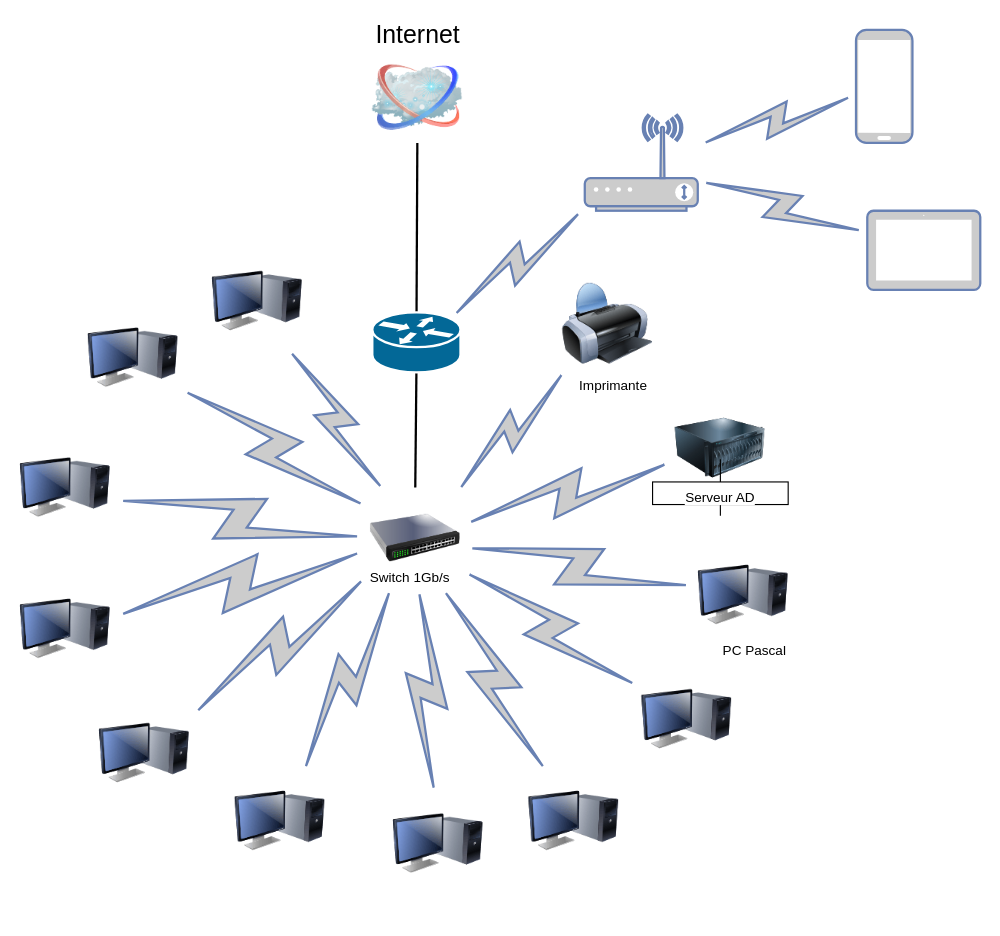
The draw.io diagram Diagramme sans nom.drawio in Emusimbwa/Etsha-Musimbwa, before the edit. Source tidied: cells renumbered, new cells numbered last; positions are measured from the earlier drawing's top-left corner, leaving out a move shared by most shapes. Both pictures are drawn from the tidied source at 113%, with x=0, y=0 at pixel (19, 29).
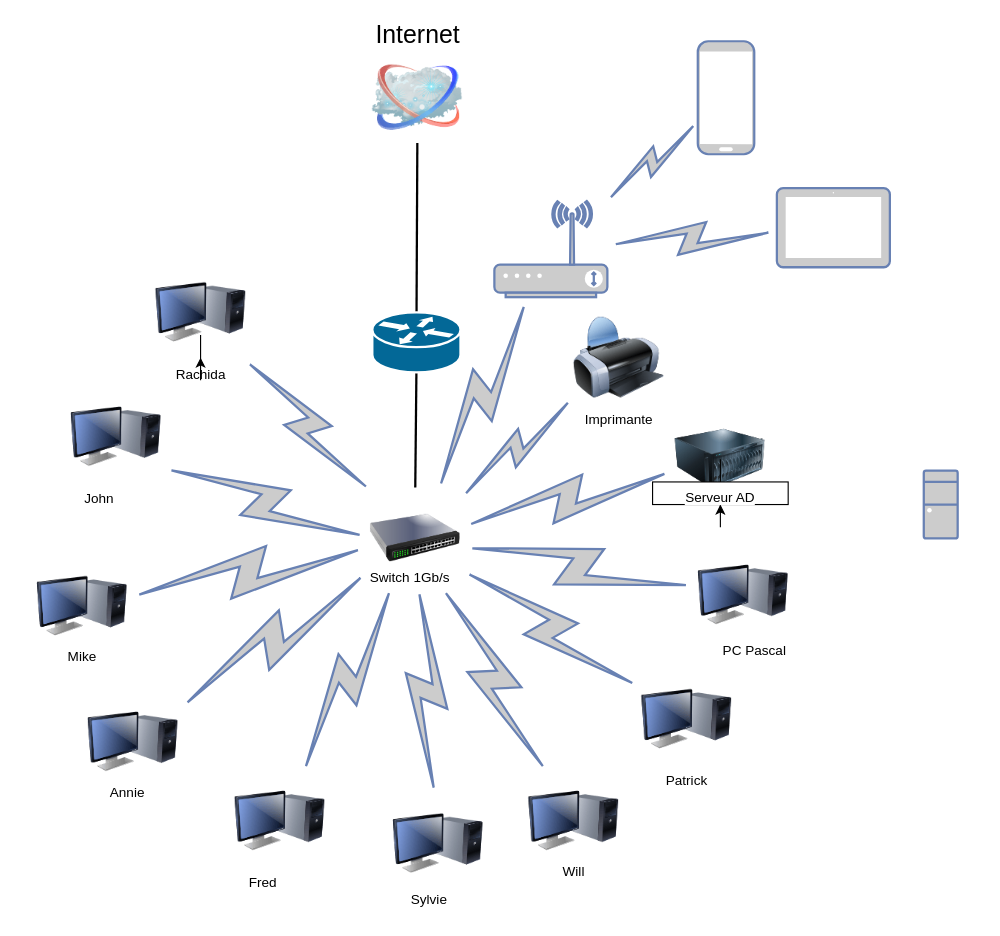
The same page after the edit.

Commit message:
Mettre à jour Diagramme sans nom.drawio

The change refers to these unchanged cells:
```xml
<mxCell id="12" style="image;html=1;image=img/lib/clip_art/networking/Switch_128x128.png;" parent="1" vertex="1">
  <mxGeometry x="310" y="410" width="80" height="80" as="geometry" />
</mxCell>
<mxCell id="35" style="shape=mxgraph.cisco.routers.router;sketch=0;html=1;dashed=0;fillColor=#036897;strokeColor=#ffffff;strokeWidth=2;verticalLabelPosition=bottom;verticalAlign=top;align=center;outlineConnect=0;fontSize=16;" parent="1" vertex="1">
  <mxGeometry x="312" y="250" width="78" height="53" as="geometry" />
</mxCell>
```

What changed in the source:
```diff
@@
-    <mxCell id="5" style="html=1;fillColor=#CCCCCC;strokeColor=#6881B3;gradientColor=none;gradientDirection=north;strokeWidth=2;shape=mxgraph.networks.comm_link_edge;html=1;labelBackgroundColor=none;endArrow=none;fontFamily=Verdana;fontSize=22;fontColor=#000000;" parent="1" edge="1" source="13" target="12">
-      <mxGeometry relative="1" as="geometry" />
-    </mxCell>
@@
-    <mxCell id="13" style="image;html=1;image=img/lib/clip_art/computers/Monitor_Tower_128x128.png;" parent="1" vertex="1">
-      <mxGeometry x="170" y="200" width="80" height="80" as="geometry" />
-    </mxCell>
@@
     <mxCell id="22" style="image;html=1;image=img/lib/clip_art/computers/Monitor_Tower_128x128.png;" parent="1" vertex="1">
-      <mxGeometry x="70" y="600" width="80" height="80" as="geometry" />
+      <mxGeometry x="60" y="590" width="80" height="80" as="geometry" />
     </mxCell>
     <mxCell id="23" style="image;html=1;image=img/lib/clip_art/computers/Monitor_Tower_128x128.png;" parent="1" vertex="1">
-      <mxGeometry y="490" width="80" height="80" as="geometry" />
+      <mxGeometry x="15" y="470" width="80" height="80" as="geometry" />
     </mxCell>
     <mxCell id="24" style="image;html=1;image=img/lib/clip_art/computers/Monitor_Tower_128x128.png;" parent="1" vertex="1">
-      <mxGeometry y="365" width="80" height="80" as="geometry" />
+      <mxGeometry x="45" y="320" width="80" height="80" as="geometry" />
     </mxCell>
@@
     <mxCell id="27" style="image;html=1;image=img/lib/clip_art/computers/Printer_128x128.png;" parent="1" vertex="1">
-      <mxGeometry x="480" y="220" width="80" height="80" as="geometry" />
+      <mxGeometry x="490" y="250" width="80" height="80" as="geometry" />
     </mxCell>
     <mxCell id="28" style="image;html=1;image=img/lib/clip_art/computers/Server_128x128.png;" parent="1" vertex="1">
-      <mxGeometry x="580" y="330" width="80" height="80" as="geometry" />
+      <mxGeometry x="580" y="340" width="80" height="80" as="geometry" />
     </mxCell>
@@
     <mxCell id="32" value="Imprimante" style="text;html=1;align=center;verticalAlign=middle;strokeColor=none;fillColor=none;" parent="1" vertex="1">
-      <mxGeometry x="485" y="300" width="80" height="30" as="geometry" />
+      <mxGeometry x="490" y="330" width="80" height="30" as="geometry" />
     </mxCell>
@@
     <mxCell id="34" style="image;html=1;image=img/lib/clip_art/computers/Monitor_Tower_128x128.png;" parent="1" vertex="1">
-      <mxGeometry x="60" y="250" width="80" height="80" as="geometry" />
+      <mxGeometry x="120" y="210" width="80" height="80" as="geometry" />
     </mxCell>
@@
     <mxCell id="36" style="fontColor=#0066CC;verticalAlign=top;verticalLabelPosition=bottom;labelPosition=center;align=center;html=1;outlineConnect=0;fillColor=#CCCCCC;strokeColor=#6881B3;gradientColor=none;gradientDirection=north;strokeWidth=2;shape=mxgraph.networks.wireless_modem;fontSize=16;" parent="1" vertex="1">
-      <mxGeometry x="500" y="75" width="100" height="85" as="geometry" />
+      <mxGeometry x="420" y="151.5" width="100" height="85" as="geometry" />
     </mxCell>
-    <mxCell id="37" style="html=1;outlineConnect=0;fillColor=#CCCCCC;strokeColor=#6881B3;gradientColor=none;gradientDirection=north;strokeWidth=2;shape=mxgraph.networks.comm_link_edge;html=1;rounded=0;fontSize=12;startSize=8;endSize=8;curved=1;exitX=0.88;exitY=0.1;exitDx=0;exitDy=0;exitPerimeter=0;" parent="1" edge="1" source="35" target="36">
+    <mxCell id="37" style="html=1;outlineConnect=0;fillColor=#CCCCCC;strokeColor=#6881B3;gradientColor=none;gradientDirection=north;strokeWidth=2;shape=mxgraph.networks.comm_link_edge;html=1;rounded=0;fontSize=12;startSize=8;endSize=8;curved=1;" parent="1" edge="1" source="12" target="36">
       <mxGeometry relative="1" as="geometry" />
     </mxCell>
     <mxCell id="38" style="fontColor=#0066CC;verticalAlign=top;verticalLabelPosition=bottom;labelPosition=center;align=center;html=1;outlineConnect=0;fillColor=#CCCCCC;strokeColor=#6881B3;gradientColor=none;gradientDirection=north;strokeWidth=2;shape=mxgraph.networks.mobile;fontSize=16;" parent="1" vertex="1">
-      <mxGeometry x="740" width="50" height="100" as="geometry" />
+      <mxGeometry x="600" y="10" width="50" height="100" as="geometry" />
     </mxCell>
     <mxCell id="39" style="fontColor=#0066CC;verticalAlign=top;verticalLabelPosition=bottom;labelPosition=center;align=center;html=1;outlineConnect=0;fillColor=#CCCCCC;strokeColor=#6881B3;gradientColor=none;gradientDirection=north;strokeWidth=2;shape=mxgraph.networks.tablet;fontSize=16;" parent="1" vertex="1">
-      <mxGeometry x="750" y="160" width="100" height="70" as="geometry" />
+      <mxGeometry x="670" y="140" width="100" height="70" as="geometry" />
     </mxCell>
@@
+    <mxCell id="42" value="Patrick" style="text;html=1;align=center;verticalAlign=middle;strokeColor=none;fillColor=none;" parent="1" vertex="1">
+      <mxGeometry x="560" y="650" width="60" height="30" as="geometry" />
+    </mxCell>
+    <mxCell id="43" value="Will" style="text;html=1;align=center;verticalAlign=middle;strokeColor=none;fillColor=none;" parent="1" vertex="1">
+      <mxGeometry x="470" y="730" width="40" height="30" as="geometry" />
+    </mxCell>
+    <mxCell id="44" value="Sylvie" style="text;html=1;align=center;verticalAlign=middle;strokeColor=none;fillColor=none;" parent="1" vertex="1">
+      <mxGeometry x="332" y="755" width="60" height="30" as="geometry" />
+    </mxCell>
+    <mxCell id="45" value="Fred" style="text;html=1;align=center;verticalAlign=middle;strokeColor=none;fillColor=none;" parent="1" vertex="1">
+      <mxGeometry x="190" y="740" width="50" height="30" as="geometry" />
+    </mxCell>
+    <mxCell id="46" value="Annie" style="text;html=1;align=center;verticalAlign=middle;strokeColor=none;fillColor=none;" parent="1" vertex="1">
+      <mxGeometry x="70" y="660" width="50" height="30" as="geometry" />
+    </mxCell>
+    <mxCell id="47" value="Mike" style="text;html=1;align=center;verticalAlign=middle;strokeColor=none;fillColor=none;" parent="1" vertex="1">
+      <mxGeometry x="30" y="540" width="50" height="30" as="geometry" />
+    </mxCell>
+    <mxCell id="48" value="John" style="text;html=1;align=center;verticalAlign=middle;strokeColor=none;fillColor=none;" parent="1" vertex="1">
+      <mxGeometry x="45" y="400" width="50" height="30" as="geometry" />
+    </mxCell>
+    <mxCell id="49" style="edgeStyle=orthogonalEdgeStyle;rounded=0;jettySize=auto;html=1;" parent="1" edge="1" source="50" target="34">
+      <mxGeometry relative="1" as="geometry" />
+    </mxCell>
+    <mxCell id="50" value="Rachida" style="text;html=1;align=center;verticalAlign=middle;points=[];strokeColor=none;fillColor=none;" parent="1" vertex="1">
+      <mxGeometry x="125" y="290" width="70" height="30" as="geometry" />
+    </mxCell>
+    <mxCell id="51" style="fontColor=#0066CC;verticalAlign=top;verticalLabelPosition=bottom;labelPosition=center;align=center;html=1;fillColor=#CCCCCC;strokeColor=#6881B3;gradientColor=none;gradientDirection=north;strokeWidth=2;shape=mxgraph.networks.desktop_pc;" parent="1" vertex="1">
+      <mxGeometry x="800" y="390" width="30" height="60" as="geometry" />
+    </mxCell>
```
